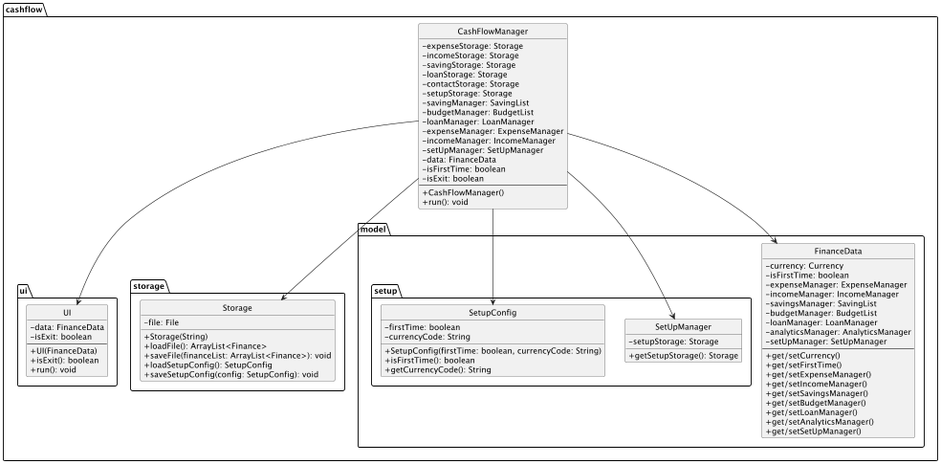
trunghjieu2506/tp keeps this PlantUML diagram as docs/CashFlowManager.png. Above is the earlier version. Its diagram source:
```plantuml
@startuml
hide circle
skinparam classAttributeIconSize 0

package cashflow{
    class CashFlowManager {
        - expenseStorage: Storage
        - incomeStorage: Storage
        - savingStorage: Storage
        - loanStorage: Storage
        - contactStorage: Storage
        - setupStorage: Storage
        - savingManager: SavingList
        - budgetManager: BudgetList
        - loanManager: LoanManager
        - expenseManager: ExpenseManager
        - incomeManager: IncomeManager
        - setUpManager: SetUpManager
        - data: FinanceData
        - isFirstTime: boolean
        - isExit: boolean
        --
        + CashFlowManager()
        + run(): void
    }

    package cashflow.ui{
    class UI {
        - data: FinanceData
        - isExit: boolean
        --
        + UI(FinanceData)
        + isExit(): boolean
        + run(): void
    }
    }
    package storage{
        class Storage {
            - file: File
            + Storage(String)
            + loadFile(): ArrayList<Finance>
            + saveFile(financeList: ArrayList<Finance>): void
            + loadSetupConfig(): SetupConfig
            + saveSetupConfig(config: SetupConfig): void
        }
    }
    package cashflow.model{
        class FinanceData {
            - currency: Currency
            - isFirstTime: boolean
            - expenseManager: ExpenseManager
            - incomeManager: IncomeManager
            - savingsManager: SavingList
            - budgetManager: BudgetList
            - loanManager: LoanManager
            - analyticsManager: AnalyticsManager
            - setUpManager: SetUpManager
            --
            + get/setCurrency()
            + get/setFirstTime()
            + get/setExpenseManager()
            + get/setIncomeManager()
            + get/setSavingsManager()
            + get/setBudgetManager()
            + get/setLoanManager()
            + get/setAnalyticsManager()
            + get/setSetUpManager()
        }
        package setup{
            class SetupConfig {
                - firstTime: boolean
                - currencyCode: String
                + SetupConfig(firstTime: boolean, currencyCode: String)
                + isFirstTime(): boolean
                + getCurrencyCode(): String
            }
            class SetUpManager {
                - setupStorage: Storage
                + getSetupStorage(): Storage
            }
        }
    }
}






CashFlowManager --> cashflow.storage.Storage
CashFlowManager --> cashflow.model.setup.SetupConfig
CashFlowManager --> cashflow.model.FinanceData
CashFlowManager --> cashflow.model.setup.SetUpManager
CashFlowManager --> cashflow.ui.UI

@enduml
```
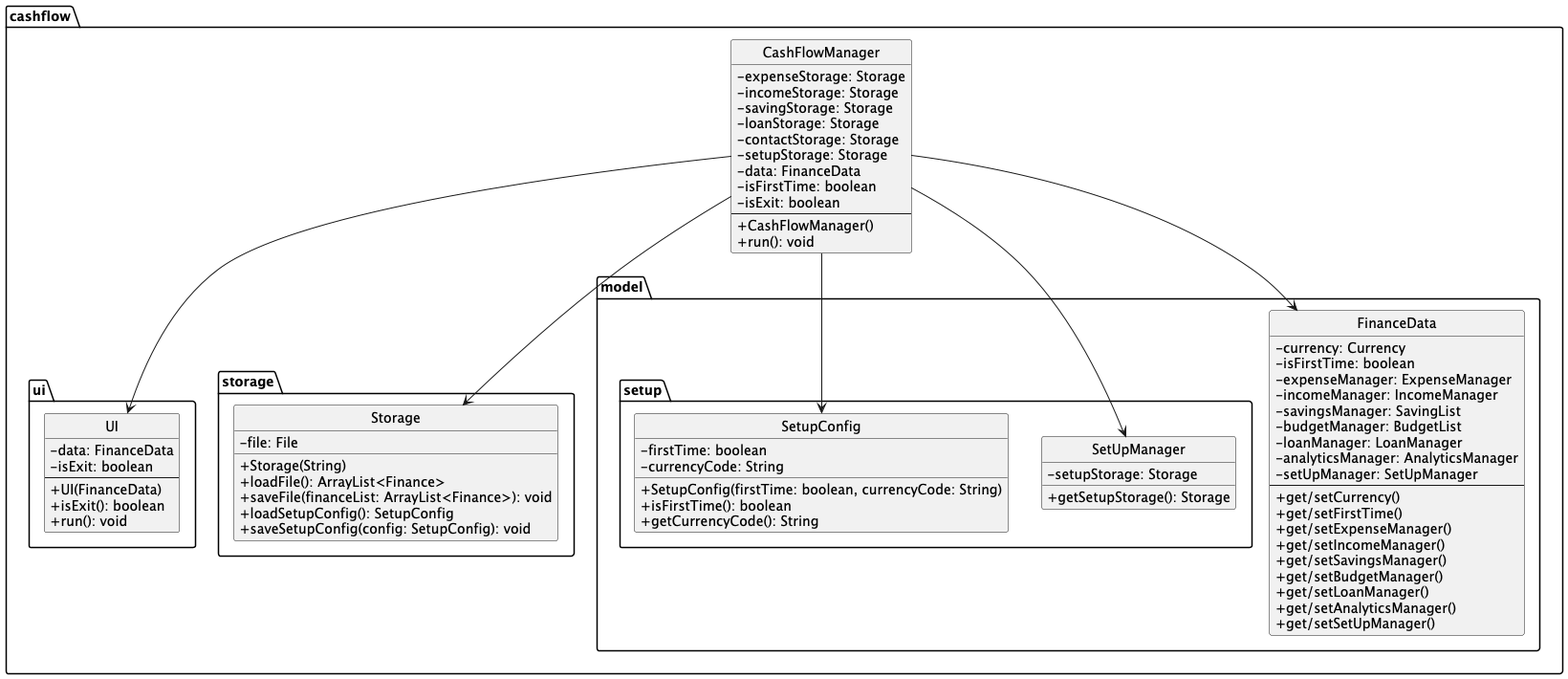
After the commit.

The edit, as a diff of the source:
```diff
@@ -10,12 +10,6 @@
         - loanStorage: Storage
         - contactStorage: Storage
         - setupStorage: Storage
-        - savingManager: SavingList
-        - budgetManager: BudgetList
-        - loanManager: LoanManager
-        - expenseManager: ExpenseManager
-        - incomeManager: IncomeManager
-        - setUpManager: SetUpManager
         - data: FinanceData
         - isFirstTime: boolean
         - isExit: boolean
```
